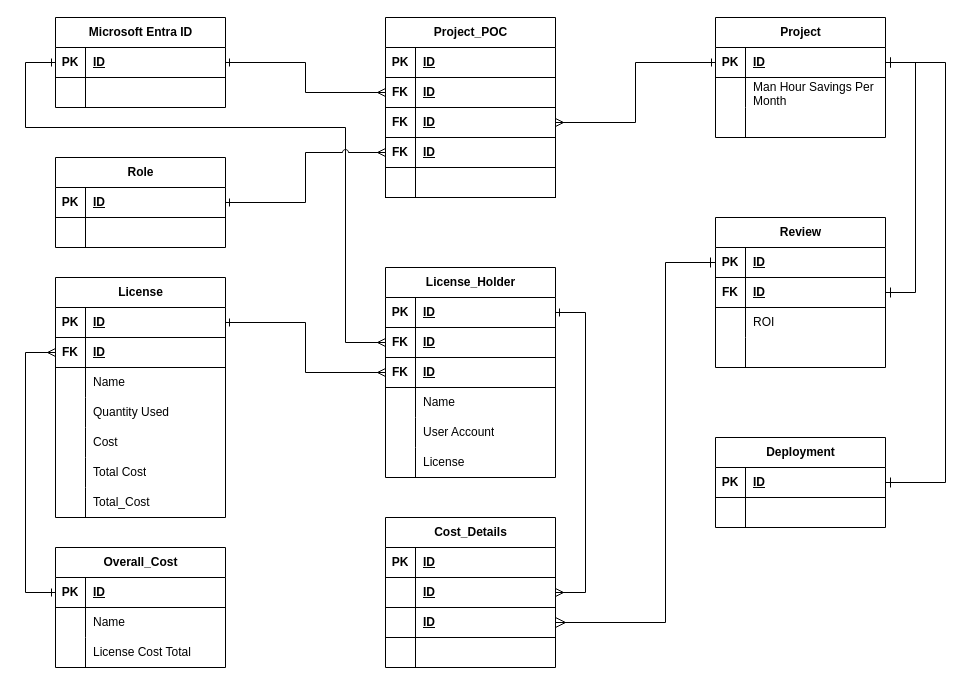
The draw.io diagram erd-projint-01.drawio in josjreyes/ProjectIntake, before the edit. Source tidied: cells renumbered, new cells numbered last; positions are measured from the earlier drawing's top-left corner, leaving out a move shared by most shapes. Both pictures are drawn from the tidied source at 100%, with x=0, y=0 at pixel (25, 17).
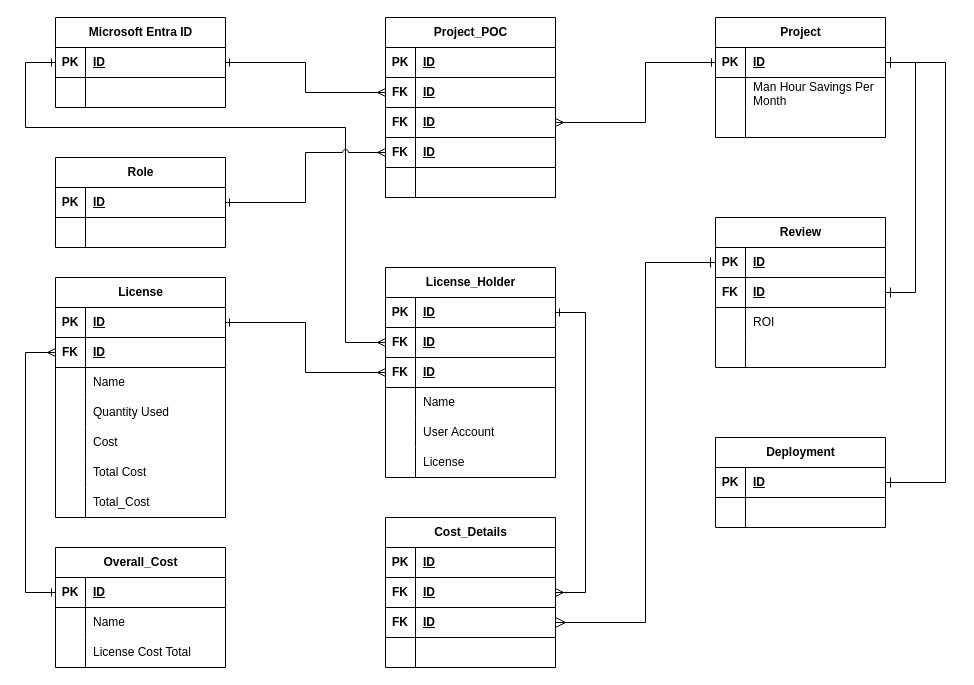
Above is the later version.

The change refers to these unchanged cells:
```xml
<mxCell id="3" style="shape=tableRow;horizontal=0;startSize=0;swimlaneHead=0;swimlaneBody=0;fillColor=none;points=[[0,0.5],[1,0.5]];portConstraint=eastwest;top=0;left=0;right=0;bottom=1;" parent="2" vertex="1">
  <mxGeometry y="30" width="170" height="30" as="geometry" />
</mxCell>
<mxCell id="38" style="shape=tableRow;horizontal=0;startSize=0;swimlaneHead=0;swimlaneBody=0;fillColor=none;points=[[0,0.5],[1,0.5]];portConstraint=eastwest;top=0;left=0;right=0;bottom=1;" parent="34" vertex="1">
  <mxGeometry y="60" width="170" height="30" as="geometry" />
</mxCell>
<mxCell id="41" style="shape=tableRow;horizontal=0;startSize=0;swimlaneHead=0;swimlaneBody=0;fillColor=none;points=[[0,0.5],[1,0.5]];portConstraint=eastwest;top=0;left=0;right=0;bottom=1;" parent="34" vertex="1">
  <mxGeometry y="90" width="170" height="30" as="geometry" />
</mxCell>
<mxCell id="64" style="shape=tableRow;horizontal=0;startSize=0;swimlaneHead=0;swimlaneBody=0;fillColor=none;points=[[0,0.5],[1,0.5]];portConstraint=eastwest;top=0;left=0;right=0;bottom=1;" parent="63" vertex="1">
  <mxGeometry y="30" width="170" height="30" as="geometry" />
</mxCell>
<mxCell id="83" style="shape=tableRow;horizontal=0;startSize=0;swimlaneHead=0;swimlaneBody=0;fillColor=none;points=[[0,0.5],[1,0.5]];portConstraint=eastwest;top=0;left=0;right=0;bottom=1;" parent="76" vertex="1">
  <mxGeometry y="90" width="170" height="30" as="geometry" />
</mxCell>
```

The edit, as a diff of the source:
```diff
@@
-    <mxCell id="39" style="shape=partialRectangle;fillColor=none;top=0;left=0;bottom=0;right=0;fontStyle=1;overflow=hidden;whiteSpace=wrap;html=1;" parent="38" vertex="1">
+    <mxCell id="39" value="FK" style="shape=partialRectangle;fillColor=none;top=0;left=0;bottom=0;right=0;fontStyle=1;overflow=hidden;whiteSpace=wrap;html=1;" parent="38" vertex="1">
       <mxGeometry width="30" height="30" as="geometry" />
     </mxCell>
@@
-    <mxCell id="42" style="shape=partialRectangle;fillColor=none;top=0;left=0;bottom=0;right=0;fontStyle=1;overflow=hidden;whiteSpace=wrap;html=1;" parent="41" vertex="1">
+    <mxCell id="42" value="FK" style="shape=partialRectangle;fillColor=none;top=0;left=0;bottom=0;right=0;fontStyle=1;overflow=hidden;whiteSpace=wrap;html=1;" parent="41" vertex="1">
       <mxGeometry width="30" height="30" as="geometry" />
     </mxCell>
@@
     <mxCell id="93" style="edgeStyle=orthogonalEdgeStyle;rounded=0;jettySize=auto;html=1;startArrow=ERone;startFill=0;endArrow=ERmany;endFill=0;shadow=0;entryX=1;entryY=0.5;entryDx=0;entryDy=0;" parent="1" edge="1" source="3" target="83">
-      <mxGeometry relative="1" as="geometry" />
+      <mxGeometry relative="1" as="geometry">
+        <Array as="points">
+          <mxPoint x="620" y="45" />
+          <mxPoint x="620" y="105" />
+        </Array>
+      </mxGeometry>
     </mxCell>
@@
     <mxCell id="95" style="edgeStyle=orthogonalEdgeStyle;rounded=0;jettySize=auto;html=1;entryX=1;entryY=0.5;entryDx=0;entryDy=0;fontSize=12;startSize=8;endSize=8;exitX=0;exitY=0.5;exitDx=0;exitDy=0;startArrow=ERone;startFill=0;endArrow=ERmany;endFill=0;" parent="1" edge="1" source="64" target="41">
       <mxGeometry relative="1" as="geometry">
         <Array as="points">
-          <mxPoint x="640" y="245" />
-          <mxPoint x="640" y="605" />
+          <mxPoint x="620" y="245" />
+          <mxPoint x="620" y="605" />
         </Array>
       </mxGeometry>
     </mxCell>
```
